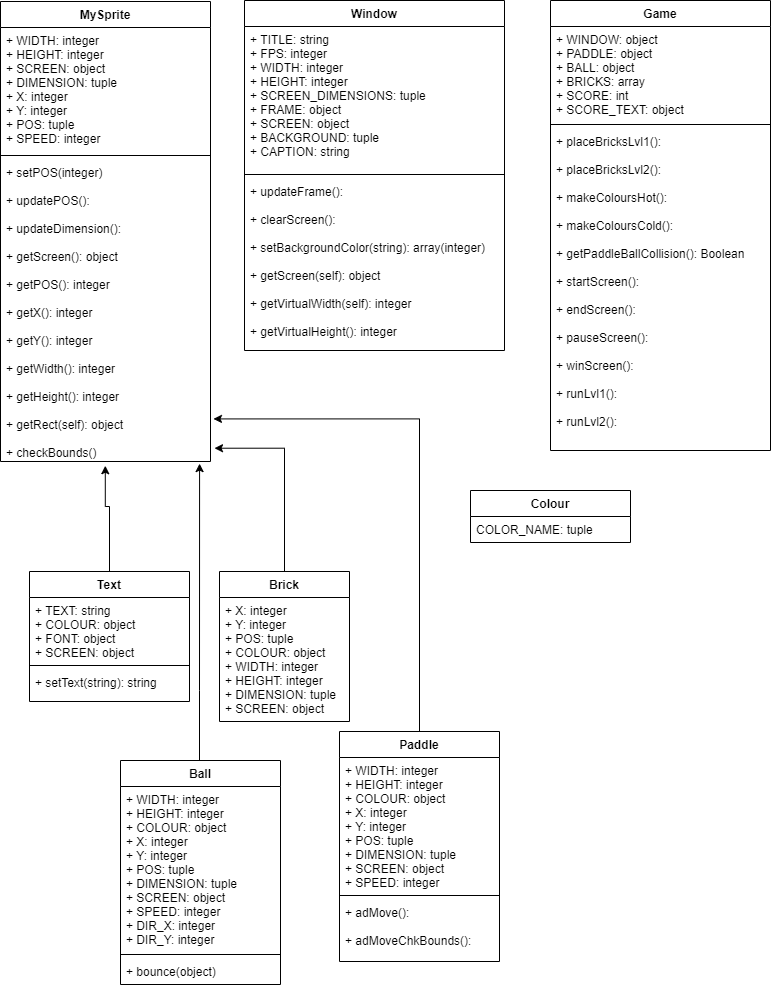
Above: UML Tables for Brickbreaker.png in ichandel/CSE3130-Project (draw.io), before the change. Source tidied: cells renumbered, new cells last; positions are measured from the earlier drawing's top-left corner, leaving out a move shared by most shapes. Its diagram source:
```xml
<mxGraphModel>
  <root>
    <mxCell id="0" />
    <mxCell id="1" parent="0" />
    <mxCell id="2" value="MySprite" style="swimlane;fontStyle=1;align=center;verticalAlign=top;horizontal=1;startSize=26;" parent="1" vertex="1">
      <mxGeometry y="1" width="210" height="460" as="geometry" />
    </mxCell>
    <mxCell id="3" value="+ WIDTH: integer&#10;+ HEIGHT: integer&#10;+ SCREEN: object&#10;+ DIMENSION: tuple&#10;+ X: integer&#10;+ Y: integer&#10;+ POS: tuple&#10;+ SPEED: integer" style="text;strokeColor=none;fillColor=none;align=left;verticalAlign=top;spacingLeft=4;spacingRight=4;overflow=hidden;" parent="2" vertex="1">
      <mxGeometry y="26" width="210" height="124" as="geometry" />
    </mxCell>
    <mxCell id="4" style="line;strokeWidth=1;fillColor=none;align=left;verticalAlign=middle;spacingTop=-1;spacingLeft=3;spacingRight=3;labelPosition=right;" parent="2" vertex="1">
      <mxGeometry y="150" width="210" height="8" as="geometry" />
    </mxCell>
    <mxCell id="5" value="+ setPOS(integer)&#10;&#10;+ updatePOS():&#10;&#10;+ updateDimension():&#10;&#10;+ getScreen(): object&#10;&#10;+ getPOS(): integer&#10;&#10;+ getX(): integer&#10;&#10;+ getY(): integer&#10;&#10;+ getWidth(): integer&#10;&#10;+ getHeight(): integer&#10;&#10;+ getRect(self): object&#10;&#10;+ checkBounds()" style="text;strokeColor=none;fillColor=none;align=left;verticalAlign=top;spacingLeft=4;spacingRight=4;overflow=hidden;points=[[0,0.5],[1,0.5]];portConstraint=eastwest;" parent="2" vertex="1">
      <mxGeometry y="158" width="210" height="302" as="geometry" />
    </mxCell>
    <mxCell id="6" value="Window" style="swimlane;fontStyle=1;align=center;verticalAlign=top;horizontal=1;startSize=26;" parent="1" vertex="1">
      <mxGeometry x="244" width="260" height="350" as="geometry" />
    </mxCell>
    <mxCell id="7" value="+ TITLE: string&#10;+ FPS: integer&#10;+ WIDTH: integer&#10;+ HEIGHT: integer&#10;+ SCREEN_DIMENSIONS: tuple&#10;+ FRAME: object&#10;+ SCREEN: object&#10;+ BACKGROUND: tuple&#10;+ CAPTION: string" style="text;strokeColor=none;fillColor=none;align=left;verticalAlign=top;spacingLeft=4;spacingRight=4;overflow=hidden;" parent="6" vertex="1">
      <mxGeometry y="26" width="260" height="144" as="geometry" />
    </mxCell>
    <mxCell id="8" style="line;strokeWidth=1;fillColor=none;align=left;verticalAlign=middle;spacingTop=-1;spacingLeft=3;spacingRight=3;labelPosition=right;" parent="6" vertex="1">
      <mxGeometry y="170" width="260" height="8" as="geometry" />
    </mxCell>
    <mxCell id="9" value="+ updateFrame():&#10;&#10;+ clearScreen():&#10;&#10;+ setBackgroundColor(string): array(integer)&#10;&#10;+ getScreen(self): object&#10;&#10;+ getVirtualWidth(self): integer&#10;&#10;+ getVirtualHeight(): integer&#10;" style="text;strokeColor=none;fillColor=none;align=left;verticalAlign=top;spacingLeft=4;spacingRight=4;overflow=hidden;" parent="6" vertex="1">
      <mxGeometry y="178" width="260" height="172" as="geometry" />
    </mxCell>
    <mxCell id="10" style="edgeStyle=orthogonalEdgeStyle;rounded=0;jettySize=auto;html=1;entryX=0.499;entryY=1.014;entryDx=0;entryDy=0;entryPerimeter=0;" parent="1" edge="1" source="11" target="5">
      <mxGeometry relative="1" as="geometry">
        <Array as="points">
          <mxPoint x="109" y="506" />
          <mxPoint x="105" y="506" />
        </Array>
      </mxGeometry>
    </mxCell>
    <mxCell id="11" value="Text" style="swimlane;fontStyle=1;align=center;verticalAlign=top;horizontal=1;startSize=26;" parent="1" vertex="1">
      <mxGeometry x="29" y="571" width="160" height="130" as="geometry" />
    </mxCell>
    <mxCell id="12" value="+ TEXT: string&#10;+ COLOUR: object&#10;+ FONT: object&#10;+ SCREEN: object" style="text;strokeColor=none;fillColor=none;align=left;verticalAlign=top;spacingLeft=4;spacingRight=4;overflow=hidden;" parent="11" vertex="1">
      <mxGeometry y="26" width="160" height="64" as="geometry" />
    </mxCell>
    <mxCell id="13" style="line;strokeWidth=1;fillColor=none;align=left;verticalAlign=middle;spacingTop=-1;spacingLeft=3;spacingRight=3;labelPosition=right;" parent="11" vertex="1">
      <mxGeometry y="90" width="160" height="8" as="geometry" />
    </mxCell>
    <mxCell id="14" value="+ setText(string): string" style="text;strokeColor=none;fillColor=none;align=left;verticalAlign=top;spacingLeft=4;spacingRight=4;overflow=hidden;" parent="11" vertex="1">
      <mxGeometry y="98" width="160" height="32" as="geometry" />
    </mxCell>
    <mxCell id="15" style="edgeStyle=orthogonalEdgeStyle;rounded=0;jettySize=auto;html=1;entryX=1.019;entryY=0.956;entryDx=0;entryDy=0;entryPerimeter=0;" parent="1" edge="1" source="16" target="5">
      <mxGeometry relative="1" as="geometry" />
    </mxCell>
    <mxCell id="16" value="Brick" style="swimlane;fontStyle=1;align=center;verticalAlign=top;horizontal=1;startSize=26;" parent="1" vertex="1">
      <mxGeometry x="219" y="571" width="130" height="150" as="geometry" />
    </mxCell>
    <mxCell id="17" value="+ X: integer&#10;+ Y: integer&#10;+ POS: tuple&#10;+ COLOUR: object&#10;+ WIDTH: integer&#10;+ HEIGHT: integer&#10;+ DIMENSION: tuple&#10;+ SCREEN: object&#10;" style="text;strokeColor=none;fillColor=none;align=left;verticalAlign=top;spacingLeft=4;spacingRight=4;overflow=hidden;" parent="16" vertex="1">
      <mxGeometry y="26" width="130" height="124" as="geometry" />
    </mxCell>
    <mxCell id="18" style="edgeStyle=orthogonalEdgeStyle;rounded=0;jettySize=auto;html=1;entryX=1.014;entryY=0.859;entryDx=0;entryDy=0;entryPerimeter=0;exitX=0.5;exitY=0;exitDx=0;exitDy=0;" parent="1" edge="1" source="19" target="5">
      <mxGeometry relative="1" as="geometry" />
    </mxCell>
    <mxCell id="19" value="Paddle" style="swimlane;fontStyle=1;align=center;verticalAlign=top;horizontal=1;startSize=26;" parent="1" vertex="1">
      <mxGeometry x="339" y="731" width="160" height="230" as="geometry" />
    </mxCell>
    <mxCell id="20" value="+ WIDTH: integer&#10;+ HEIGHT: integer&#10;+ COLOUR: object&#10;+ X: integer&#10;+ Y: integer&#10;+ POS: tuple&#10;+ DIMENSION: tuple&#10;+ SCREEN: object&#10;+ SPEED: integer" style="text;strokeColor=none;fillColor=none;align=left;verticalAlign=top;spacingLeft=4;spacingRight=4;overflow=hidden;" parent="19" vertex="1">
      <mxGeometry y="26" width="160" height="134" as="geometry" />
    </mxCell>
    <mxCell id="21" style="line;strokeWidth=1;fillColor=none;align=left;verticalAlign=middle;spacingTop=-1;spacingLeft=3;spacingRight=3;labelPosition=right;" parent="19" vertex="1">
      <mxGeometry y="160" width="160" height="8" as="geometry" />
    </mxCell>
    <mxCell id="22" value="+ adMove():&#10;&#10;+ adMoveChkBounds():" style="text;strokeColor=none;fillColor=none;align=left;verticalAlign=top;spacingLeft=4;spacingRight=4;overflow=hidden;" parent="19" vertex="1">
      <mxGeometry y="168" width="160" height="62" as="geometry" />
    </mxCell>
    <mxCell id="23" value="Colour" style="swimlane;fontStyle=1;align=center;verticalAlign=top;horizontal=1;startSize=26;" parent="1" vertex="1">
      <mxGeometry x="470" y="490" width="160" height="52" as="geometry" />
    </mxCell>
    <mxCell id="24" value="COLOR_NAME: tuple" style="text;strokeColor=none;fillColor=none;align=left;verticalAlign=top;spacingLeft=4;spacingRight=4;overflow=hidden;" parent="23" vertex="1">
      <mxGeometry y="26" width="160" height="26" as="geometry" />
    </mxCell>
    <mxCell id="25" value="Game" style="swimlane;fontStyle=1;align=center;verticalAlign=top;horizontal=1;startSize=26;" parent="1" vertex="1">
      <mxGeometry x="550" width="220" height="450" as="geometry" />
    </mxCell>
    <mxCell id="26" value="+ WINDOW: object&#10;+ PADDLE: object&#10;+ BALL: object&#10;+ BRICKS: array&#10;+ SCORE: int&#10;+ SCORE_TEXT: object" style="text;strokeColor=none;fillColor=none;align=left;verticalAlign=top;spacingLeft=4;spacingRight=4;overflow=hidden;" parent="25" vertex="1">
      <mxGeometry y="26" width="220" height="94" as="geometry" />
    </mxCell>
    <mxCell id="27" style="line;strokeWidth=1;fillColor=none;align=left;verticalAlign=middle;spacingTop=-1;spacingLeft=3;spacingRight=3;labelPosition=right;" parent="25" vertex="1">
      <mxGeometry y="120" width="220" height="8" as="geometry" />
    </mxCell>
    <mxCell id="28" value="+ placeBricksLvl1():&#10;&#10;+ placeBricksLvl2():&#10;&#10;+ makeColoursHot():&#10;&#10;+ makeColoursCold():&#10;&#10;+ getPaddleBallCollision(): Boolean&#10;&#10;+ startScreen():&#10;&#10;+ endScreen():&#10;&#10;+ pauseScreen():&#10;&#10;+ winScreen():&#10;&#10;+ runLvl1():&#10;&#10;+ runLvl2():&#10;" style="text;strokeColor=none;fillColor=none;align=left;verticalAlign=top;spacingLeft=4;spacingRight=4;overflow=hidden;" parent="25" vertex="1">
      <mxGeometry y="128" width="220" height="322" as="geometry" />
    </mxCell>
    <mxCell id="29" style="edgeStyle=orthogonalEdgeStyle;rounded=0;jettySize=auto;html=1;entryX=0.948;entryY=1.007;entryDx=0;entryDy=0;entryPerimeter=0;" parent="1" edge="1" source="30" target="5">
      <mxGeometry relative="1" as="geometry">
        <Array as="points">
          <mxPoint x="199" y="690" />
          <mxPoint x="199" y="690" />
        </Array>
      </mxGeometry>
    </mxCell>
    <mxCell id="30" value="Ball" style="swimlane;fontStyle=1;align=center;verticalAlign=top;horizontal=1;startSize=26;" parent="1" vertex="1">
      <mxGeometry x="120" y="760" width="160" height="224" as="geometry" />
    </mxCell>
    <mxCell id="31" value="+ WIDTH: integer&#10;+ HEIGHT: integer&#10;+ COLOUR: object&#10;+ X: integer&#10;+ Y: integer&#10;+ POS: tuple&#10;+ DIMENSION: tuple&#10;+ SCREEN: object&#10;+ SPEED: integer&#10;+ DIR_X: integer&#10;+ DIR_Y: integer" style="text;strokeColor=none;fillColor=none;align=left;verticalAlign=top;spacingLeft=4;spacingRight=4;overflow=hidden;" parent="30" vertex="1">
      <mxGeometry y="26" width="160" height="164" as="geometry" />
    </mxCell>
    <mxCell id="32" style="line;strokeWidth=1;fillColor=none;align=left;verticalAlign=middle;spacingTop=-1;spacingLeft=3;spacingRight=3;labelPosition=right;" parent="30" vertex="1">
      <mxGeometry y="190" width="160" height="8" as="geometry" />
    </mxCell>
    <mxCell id="33" value="+ bounce(object)" style="text;strokeColor=none;fillColor=none;align=left;verticalAlign=top;spacingLeft=4;spacingRight=4;overflow=hidden;" parent="30" vertex="1">
      <mxGeometry y="198" width="160" height="26" as="geometry" />
    </mxCell>
  </root>
</mxGraphModel>
```
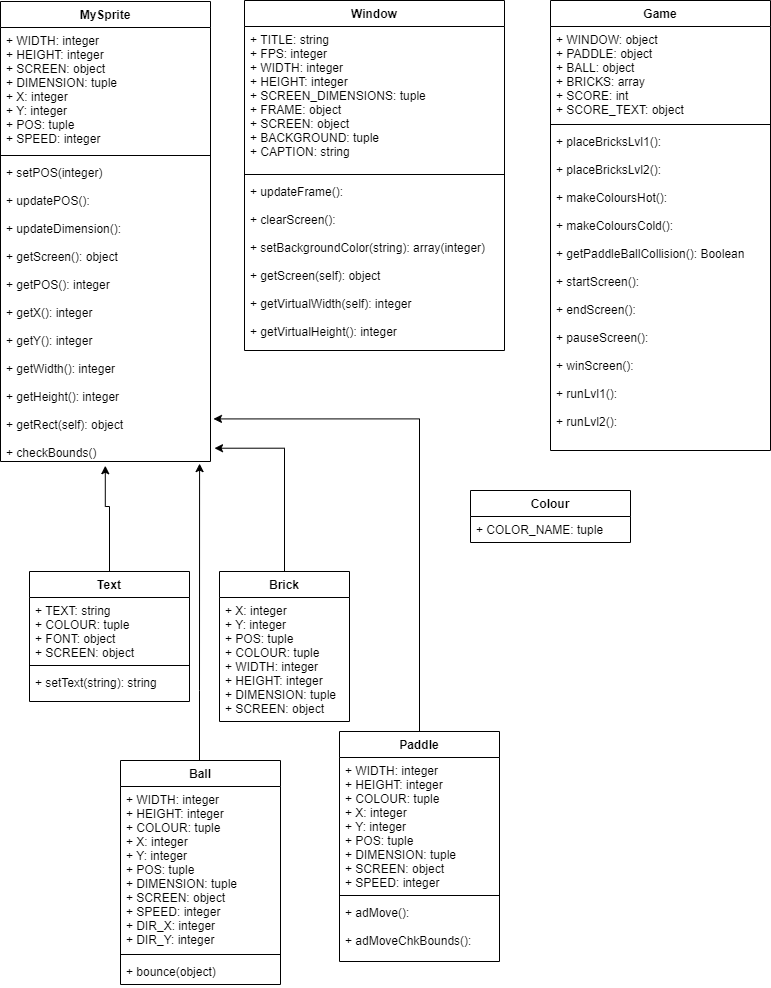
The same diagram one commit later.

Change to the diagram source:
```diff
@@ -37,7 +37,7 @@
     <mxCell id="11" value="Text" style="swimlane;fontStyle=1;align=center;verticalAlign=top;horizontal=1;startSize=26;" parent="1" vertex="1">
       <mxGeometry x="29" y="571" width="160" height="130" as="geometry" />
     </mxCell>
-    <mxCell id="12" value="+ TEXT: string&#10;+ COLOUR: object&#10;+ FONT: object&#10;+ SCREEN: object" style="text;strokeColor=none;fillColor=none;align=left;verticalAlign=top;spacingLeft=4;spacingRight=4;overflow=hidden;" parent="11" vertex="1">
+    <mxCell id="12" value="+ TEXT: string&#10;+ COLOUR: tuple&#10;+ FONT: object&#10;+ SCREEN: object" style="text;strokeColor=none;fillColor=none;align=left;verticalAlign=top;spacingLeft=4;spacingRight=4;overflow=hidden;" parent="11" vertex="1">
       <mxGeometry y="26" width="160" height="64" as="geometry" />
     </mxCell>
     <mxCell id="13" style="line;strokeWidth=1;fillColor=none;align=left;verticalAlign=middle;spacingTop=-1;spacingLeft=3;spacingRight=3;labelPosition=right;" parent="11" vertex="1">
@@ -52,7 +52,7 @@
     <mxCell id="16" value="Brick" style="swimlane;fontStyle=1;align=center;verticalAlign=top;horizontal=1;startSize=26;" parent="1" vertex="1">
       <mxGeometry x="219" y="571" width="130" height="150" as="geometry" />
     </mxCell>
-    <mxCell id="17" value="+ X: integer&#10;+ Y: integer&#10;+ POS: tuple&#10;+ COLOUR: object&#10;+ WIDTH: integer&#10;+ HEIGHT: integer&#10;+ DIMENSION: tuple&#10;+ SCREEN: object&#10;" style="text;strokeColor=none;fillColor=none;align=left;verticalAlign=top;spacingLeft=4;spacingRight=4;overflow=hidden;" parent="16" vertex="1">
+    <mxCell id="17" value="+ X: integer&#10;+ Y: integer&#10;+ POS: tuple&#10;+ COLOUR: tuple&#10;+ WIDTH: integer&#10;+ HEIGHT: integer&#10;+ DIMENSION: tuple&#10;+ SCREEN: object&#10;" style="text;strokeColor=none;fillColor=none;align=left;verticalAlign=top;spacingLeft=4;spacingRight=4;overflow=hidden;" parent="16" vertex="1">
       <mxGeometry y="26" width="130" height="124" as="geometry" />
     </mxCell>
     <mxCell id="18" style="edgeStyle=orthogonalEdgeStyle;rounded=0;jettySize=auto;html=1;entryX=1.014;entryY=0.859;entryDx=0;entryDy=0;entryPerimeter=0;exitX=0.5;exitY=0;exitDx=0;exitDy=0;" parent="1" edge="1" source="19" target="5">
@@ -61,7 +61,7 @@
     <mxCell id="19" value="Paddle" style="swimlane;fontStyle=1;align=center;verticalAlign=top;horizontal=1;startSize=26;" parent="1" vertex="1">
       <mxGeometry x="339" y="731" width="160" height="230" as="geometry" />
     </mxCell>
-    <mxCell id="20" value="+ WIDTH: integer&#10;+ HEIGHT: integer&#10;+ COLOUR: object&#10;+ X: integer&#10;+ Y: integer&#10;+ POS: tuple&#10;+ DIMENSION: tuple&#10;+ SCREEN: object&#10;+ SPEED: integer" style="text;strokeColor=none;fillColor=none;align=left;verticalAlign=top;spacingLeft=4;spacingRight=4;overflow=hidden;" parent="19" vertex="1">
+    <mxCell id="20" value="+ WIDTH: integer&#10;+ HEIGHT: integer&#10;+ COLOUR: tuple&#10;+ X: integer&#10;+ Y: integer&#10;+ POS: tuple&#10;+ DIMENSION: tuple&#10;+ SCREEN: object&#10;+ SPEED: integer" style="text;strokeColor=none;fillColor=none;align=left;verticalAlign=top;spacingLeft=4;spacingRight=4;overflow=hidden;" parent="19" vertex="1">
       <mxGeometry y="26" width="160" height="134" as="geometry" />
     </mxCell>
     <mxCell id="21" style="line;strokeWidth=1;fillColor=none;align=left;verticalAlign=middle;spacingTop=-1;spacingLeft=3;spacingRight=3;labelPosition=right;" parent="19" vertex="1">
@@ -73,7 +73,7 @@
     <mxCell id="23" value="Colour" style="swimlane;fontStyle=1;align=center;verticalAlign=top;horizontal=1;startSize=26;" parent="1" vertex="1">
       <mxGeometry x="470" y="490" width="160" height="52" as="geometry" />
     </mxCell>
-    <mxCell id="24" value="COLOR_NAME: tuple" style="text;strokeColor=none;fillColor=none;align=left;verticalAlign=top;spacingLeft=4;spacingRight=4;overflow=hidden;" parent="23" vertex="1">
+    <mxCell id="24" value="+ COLOR_NAME: tuple" style="text;strokeColor=none;fillColor=none;align=left;verticalAlign=top;spacingLeft=4;spacingRight=4;overflow=hidden;" parent="23" vertex="1">
       <mxGeometry y="26" width="160" height="26" as="geometry" />
     </mxCell>
     <mxCell id="25" value="Game" style="swimlane;fontStyle=1;align=center;verticalAlign=top;horizontal=1;startSize=26;" parent="1" vertex="1">
@@ -99,7 +99,7 @@
     <mxCell id="30" value="Ball" style="swimlane;fontStyle=1;align=center;verticalAlign=top;horizontal=1;startSize=26;" parent="1" vertex="1">
       <mxGeometry x="120" y="760" width="160" height="224" as="geometry" />
     </mxCell>
-    <mxCell id="31" value="+ WIDTH: integer&#10;+ HEIGHT: integer&#10;+ COLOUR: object&#10;+ X: integer&#10;+ Y: integer&#10;+ POS: tuple&#10;+ DIMENSION: tuple&#10;+ SCREEN: object&#10;+ SPEED: integer&#10;+ DIR_X: integer&#10;+ DIR_Y: integer" style="text;strokeColor=none;fillColor=none;align=left;verticalAlign=top;spacingLeft=4;spacingRight=4;overflow=hidden;" parent="30" vertex="1">
+    <mxCell id="31" value="+ WIDTH: integer&#10;+ HEIGHT: integer&#10;+ COLOUR: tuple&#10;+ X: integer&#10;+ Y: integer&#10;+ POS: tuple&#10;+ DIMENSION: tuple&#10;+ SCREEN: object&#10;+ SPEED: integer&#10;+ DIR_X: integer&#10;+ DIR_Y: integer" style="text;strokeColor=none;fillColor=none;align=left;verticalAlign=top;spacingLeft=4;spacingRight=4;overflow=hidden;" parent="30" vertex="1">
       <mxGeometry y="26" width="160" height="164" as="geometry" />
     </mxCell>
     <mxCell id="32" style="line;strokeWidth=1;fillColor=none;align=left;verticalAlign=middle;spacingTop=-1;spacingLeft=3;spacingRight=3;labelPosition=right;" parent="30" vertex="1">
```
